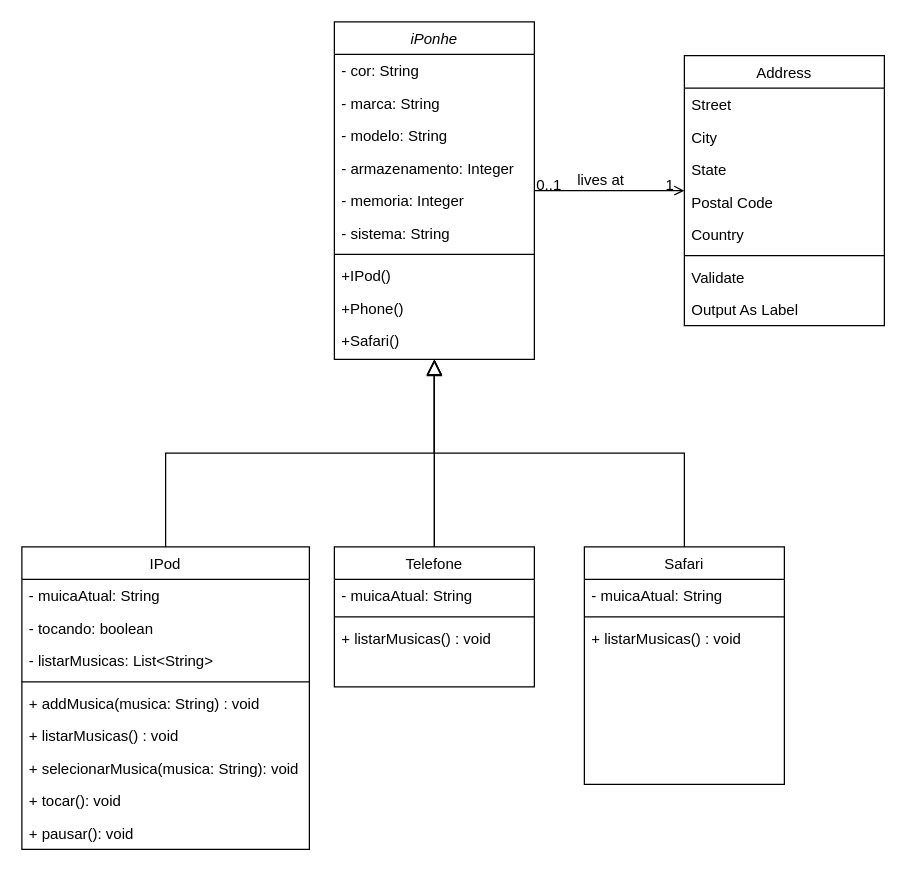
Above: Diagrama sem nome.drawio in thiaguinhobyra/desafio-classe-iphone (draw.io), before the change. Source tidied: cells renumbered, new cells numbered last; positions are measured from the earlier drawing's top-left corner, leaving out a move shared by most shapes. Both pictures are drawn from the tidied source at 125%, with x=0, y=0 at pixel (21, 21).
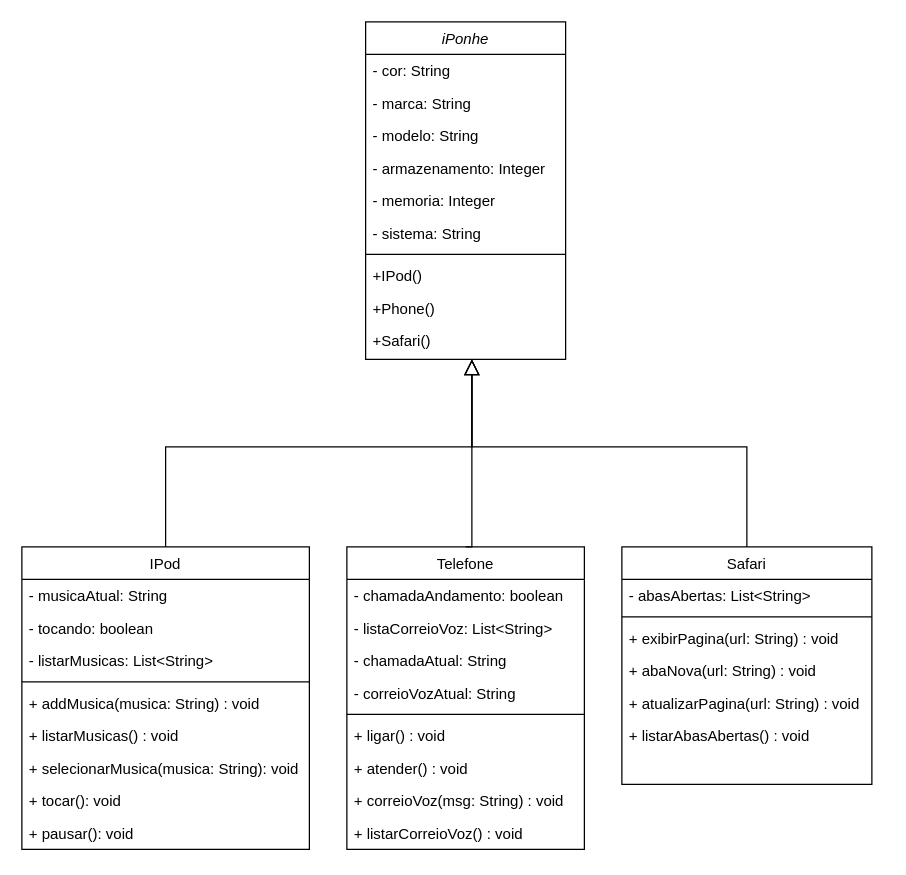
The same diagram, later.

Unchanged cells that the change refers to:
```xml
<mxCell id="12" value="+Safari()" style="text;align=left;verticalAlign=top;spacingLeft=4;spacingRight=4;overflow=hidden;points=[[0,0.5],[1,0.5]];portConstraint=eastwest;" parent="2" vertex="1">
  <mxGeometry y="242" width="160" height="26" as="geometry" />
</mxCell>
<mxCell id="13" value="IPod" style="swimlane;fontStyle=0;align=center;verticalAlign=top;horizontal=1;startSize=26;rounded=0;shadow=0;strokeWidth=1;" parent="1" vertex="1">
  <mxGeometry y="420" width="230" height="242" as="geometry" />
</mxCell>
```

Diff of the diagram source:
```diff
@@
     <mxCell id="2" value="iPonhe" style="swimlane;fontStyle=2;align=center;verticalAlign=top;horizontal=1;startSize=26;rounded=0;shadow=0;strokeWidth=1;" parent="1" vertex="1">
-      <mxGeometry x="250" width="160" height="270" as="geometry" />
+      <mxGeometry x="275" width="160" height="270" as="geometry" />
     </mxCell>
@@
-    <mxCell id="14" value="- muicaAtual: String" style="text;align=left;verticalAlign=top;spacingLeft=4;spacingRight=4;overflow=hidden;" parent="13" vertex="1">
+    <mxCell id="14" value="- musicaAtual: String" style="text;align=left;verticalAlign=top;spacingLeft=4;spacingRight=4;overflow=hidden;" parent="13" vertex="1">
       <mxGeometry y="26" width="230" height="26" as="geometry" />
     </mxCell>
@@
-    <mxCell id="23" style="endArrow=block;endSize=10;endFill=0;shadow=0;strokeWidth=1;rounded=0;edgeStyle=elbowEdgeStyle;elbow=vertical;" parent="1" edge="1" source="13" target="2">
-      <mxGeometry relative="1" as="geometry" />
+    <mxCell id="23" style="endArrow=block;endSize=10;endFill=0;shadow=0;strokeWidth=1;rounded=0;edgeStyle=elbowEdgeStyle;elbow=vertical;" parent="1" edge="1" source="13">
+      <mxGeometry relative="1" as="geometry">
+        <mxPoint x="360" y="270" as="targetPoint" />
+        <Array as="points">
+          <mxPoint x="240" y="340" />
+        </Array>
+      </mxGeometry>
     </mxCell>
     <mxCell id="24" value="Telefone" style="swimlane;fontStyle=0;align=center;verticalAlign=top;horizontal=1;startSize=26;rounded=0;shadow=0;strokeWidth=1;" parent="1" vertex="1">
-      <mxGeometry x="250" y="420" width="160" height="112" as="geometry" />
+      <mxGeometry x="260" y="420" width="190" height="242" as="geometry" />
     </mxCell>
-    <mxCell id="25" value="- muicaAtual: String" style="text;align=left;verticalAlign=top;spacingLeft=4;spacingRight=4;overflow=hidden;" parent="24" vertex="1">
-      <mxGeometry y="26" width="160" height="26" as="geometry" />
+    <mxCell id="25" value="- chamadaAndamento: boolean" style="text;align=left;verticalAlign=top;spacingLeft=4;spacingRight=4;overflow=hidden;" parent="24" vertex="1">
+      <mxGeometry y="26" width="190" height="26" as="geometry" />
     </mxCell>
+    <mxCell id="48" value="- listaCorreioVoz: List&lt;String&gt;" style="text;align=left;verticalAlign=top;spacingLeft=4;spacingRight=4;overflow=hidden;" parent="24" vertex="1">
+      <mxGeometry y="52" width="190" height="26" as="geometry" />
+    </mxCell>
+    <mxCell id="49" value="- chamadaAtual: String" style="text;align=left;verticalAlign=top;spacingLeft=4;spacingRight=4;overflow=hidden;" parent="24" vertex="1">
+      <mxGeometry y="78" width="190" height="26" as="geometry" />
+    </mxCell>
+    <mxCell id="50" value="- correioVozAtual: String" style="text;align=left;verticalAlign=top;spacingLeft=4;spacingRight=4;overflow=hidden;" parent="24" vertex="1">
+      <mxGeometry y="104" width="190" height="26" as="geometry" />
+    </mxCell>
     <mxCell id="26" style="line;html=1;strokeWidth=1;align=left;verticalAlign=middle;spacingTop=-1;spacingLeft=3;spacingRight=3;labelPosition=right;" parent="24" vertex="1">
-      <mxGeometry y="52" width="160" height="8" as="geometry" />
+      <mxGeometry y="130" width="190" height="8" as="geometry" />
     </mxCell>
-    <mxCell id="27" value="+ listarMusicas() : void" style="text;align=left;verticalAlign=top;spacingLeft=4;spacingRight=4;overflow=hidden;rounded=0;shadow=0;html=0;" parent="24" vertex="1">
-      <mxGeometry y="60" width="160" height="26" as="geometry" />
+    <mxCell id="27" value="+ ligar() : void" style="text;align=left;verticalAlign=top;spacingLeft=4;spacingRight=4;overflow=hidden;rounded=0;shadow=0;html=0;" parent="24" vertex="1">
+      <mxGeometry y="138" width="190" height="26" as="geometry" />
     </mxCell>
+    <mxCell id="51" value="+ atender() : void" style="text;align=left;verticalAlign=top;spacingLeft=4;spacingRight=4;overflow=hidden;rounded=0;shadow=0;html=0;" parent="24" vertex="1">
+      <mxGeometry y="164" width="190" height="26" as="geometry" />
+    </mxCell>
+    <mxCell id="52" value="+ correioVoz(msg: String) : void" style="text;align=left;verticalAlign=top;spacingLeft=4;spacingRight=4;overflow=hidden;rounded=0;shadow=0;html=0;" parent="24" vertex="1">
+      <mxGeometry y="190" width="190" height="26" as="geometry" />
+    </mxCell>
+    <mxCell id="53" value="+ listarCorreioVoz() : void" style="text;align=left;verticalAlign=top;spacingLeft=4;spacingRight=4;overflow=hidden;rounded=0;shadow=0;html=0;" parent="24" vertex="1">
+      <mxGeometry y="216" width="190" height="26" as="geometry" />
+    </mxCell>
-    <mxCell id="28" style="endArrow=block;endSize=10;endFill=0;shadow=0;strokeWidth=1;rounded=0;edgeStyle=elbowEdgeStyle;elbow=vertical;" parent="1" edge="1" source="24" target="2">
-      <mxGeometry relative="1" as="geometry" />
+    <mxCell id="28" style="endArrow=block;endSize=10;endFill=0;shadow=0;strokeWidth=1;rounded=0;edgeStyle=elbowEdgeStyle;elbow=horizontal;exitX=0.5;exitY=0;exitDx=0;exitDy=0;" parent="1" edge="1" source="24">
+      <mxGeometry relative="1" as="geometry">
+        <mxPoint x="360" y="270" as="targetPoint" />
+        <Array as="points">
+          <mxPoint x="360" y="350" />
+        </Array>
+      </mxGeometry>
     </mxCell>
-    <mxCell id="29" value="Address" style="swimlane;fontStyle=0;align=center;verticalAlign=top;horizontal=1;startSize=26;rounded=0;shadow=0;strokeWidth=1;" parent="1" vertex="1">
-      <mxGeometry x="530" y="27" width="160" height="216" as="geometry" />
-    </mxCell>
-    <mxCell id="30" value="Street" style="text;align=left;verticalAlign=top;spacingLeft=4;spacingRight=4;overflow=hidden;" parent="29" vertex="1">
-      <mxGeometry y="26" width="160" height="26" as="geometry" />
-    </mxCell>
-    <mxCell id="31" value="City" style="text;align=left;verticalAlign=top;spacingLeft=4;spacingRight=4;overflow=hidden;rounded=0;shadow=0;html=0;" parent="29" vertex="1">
-      <mxGeometry y="52" width="160" height="26" as="geometry" />
-    </mxCell>
-    <mxCell id="32" value="State" style="text;align=left;verticalAlign=top;spacingLeft=4;spacingRight=4;overflow=hidden;rounded=0;shadow=0;html=0;" parent="29" vertex="1">
-      <mxGeometry y="78" width="160" height="26" as="geometry" />
-    </mxCell>
-    <mxCell id="33" value="Postal Code" style="text;align=left;verticalAlign=top;spacingLeft=4;spacingRight=4;overflow=hidden;rounded=0;shadow=0;html=0;" parent="29" vertex="1">
-      <mxGeometry y="104" width="160" height="26" as="geometry" />
-    </mxCell>
-    <mxCell id="34" value="Country" style="text;align=left;verticalAlign=top;spacingLeft=4;spacingRight=4;overflow=hidden;rounded=0;shadow=0;html=0;" parent="29" vertex="1">
-      <mxGeometry y="130" width="160" height="26" as="geometry" />
-    </mxCell>
-    <mxCell id="35" style="line;html=1;strokeWidth=1;align=left;verticalAlign=middle;spacingTop=-1;spacingLeft=3;spacingRight=3;labelPosition=right;" parent="29" vertex="1">
-      <mxGeometry y="156" width="160" height="8" as="geometry" />
-    </mxCell>
-    <mxCell id="36" value="Validate" style="text;align=left;verticalAlign=top;spacingLeft=4;spacingRight=4;overflow=hidden;" parent="29" vertex="1">
-      <mxGeometry y="164" width="160" height="26" as="geometry" />
-    </mxCell>
-    <mxCell id="37" value="Output As Label" style="text;align=left;verticalAlign=top;spacingLeft=4;spacingRight=4;overflow=hidden;" parent="29" vertex="1">
-      <mxGeometry y="190" width="160" height="26" as="geometry" />
-    </mxCell>
-    <mxCell id="38" style="endArrow=open;shadow=0;strokeWidth=1;rounded=0;endFill=1;edgeStyle=elbowEdgeStyle;elbow=vertical;" parent="1" edge="1" source="2" target="29">
-      <mxGeometry x="0.5" y="41" relative="1" as="geometry">
-        <mxPoint x="-40" y="32" as="offset" />
-      </mxGeometry>
-    </mxCell>
-    <mxCell id="39" value="0..1" style="align=left;verticalAlign=bottom;labelBackgroundColor=none;fontSize=12;" parent="38" vertex="1">
-      <mxGeometry x="-1" relative="1" as="geometry">
-        <mxPoint y="4" as="offset" />
-      </mxGeometry>
-    </mxCell>
-    <mxCell id="40" value="1" style="align=right;verticalAlign=bottom;labelBackgroundColor=none;fontSize=12;" parent="38" vertex="1">
-      <mxGeometry x="1" relative="1" as="geometry">
-        <mxPoint x="-7" y="4" as="offset" />
-      </mxGeometry>
-    </mxCell>
-    <mxCell id="41" value="lives at" style="text;html=1;align=center;verticalAlign=middle;labelBackgroundColor=none;rounded=0;shadow=0;strokeWidth=1;fontSize=12;" parent="38" vertex="1">
-      <mxGeometry x="0.5" y="49" relative="1" as="geometry">
-        <mxPoint x="-38" y="40" as="offset" />
-      </mxGeometry>
-    </mxCell>
     <mxCell id="42" value="Safari" style="swimlane;fontStyle=0;align=center;verticalAlign=top;horizontal=1;startSize=26;rounded=0;shadow=0;strokeWidth=1;" parent="1" vertex="1">
-      <mxGeometry x="450" y="420" width="160" height="190" as="geometry" />
+      <mxGeometry x="480" y="420" width="200" height="190" as="geometry" />
     </mxCell>
-    <mxCell id="43" value="- muicaAtual: String" style="text;align=left;verticalAlign=top;spacingLeft=4;spacingRight=4;overflow=hidden;" parent="42" vertex="1">
-      <mxGeometry y="26" width="160" height="26" as="geometry" />
+    <mxCell id="43" value="- abasAbertas: List&lt;String&gt;" style="text;align=left;verticalAlign=top;spacingLeft=4;spacingRight=4;overflow=hidden;" parent="42" vertex="1">
+      <mxGeometry y="26" width="200" height="26" as="geometry" />
     </mxCell>
     <mxCell id="44" style="line;html=1;strokeWidth=1;align=left;verticalAlign=middle;spacingTop=-1;spacingLeft=3;spacingRight=3;labelPosition=right;" parent="42" vertex="1">
-      <mxGeometry y="52" width="160" height="8" as="geometry" />
+      <mxGeometry y="52" width="200" height="8" as="geometry" />
     </mxCell>
-    <mxCell id="45" value="+ listarMusicas() : void" style="text;align=left;verticalAlign=top;spacingLeft=4;spacingRight=4;overflow=hidden;rounded=0;shadow=0;html=0;" parent="42" vertex="1">
-      <mxGeometry y="60" width="160" height="26" as="geometry" />
+    <mxCell id="45" value="+ exibirPagina(url: String) : void" style="text;align=left;verticalAlign=top;spacingLeft=4;spacingRight=4;overflow=hidden;rounded=0;shadow=0;html=0;" parent="42" vertex="1">
+      <mxGeometry y="60" width="200" height="26" as="geometry" />
     </mxCell>
-    <mxCell id="46" style="endArrow=block;endSize=10;endFill=0;shadow=0;strokeWidth=1;rounded=0;edgeStyle=elbowEdgeStyle;elbow=vertical;entryX=0.5;entryY=1.108;entryDx=0;entryDy=0;entryPerimeter=0;" parent="1" edge="1" target="12">
-      <mxGeometry relative="1" as="geometry">
-        <mxPoint x="330" y="420" as="sourcePoint" />
-      </mxGeometry>
-    </mxCell>
+    <mxCell id="54" value="+ abaNova(url: String) : void" style="text;align=left;verticalAlign=top;spacingLeft=4;spacingRight=4;overflow=hidden;rounded=0;shadow=0;html=0;" parent="42" vertex="1">
+      <mxGeometry y="86" width="200" height="26" as="geometry" />
+    </mxCell>
+    <mxCell id="55" value="+ atualizarPagina(url: String) : void" style="text;align=left;verticalAlign=top;spacingLeft=4;spacingRight=4;overflow=hidden;rounded=0;shadow=0;html=0;" parent="42" vertex="1">
+      <mxGeometry y="112" width="200" height="26" as="geometry" />
+    </mxCell>
+    <mxCell id="56" value="+ listarAbasAbertas() : void" style="text;align=left;verticalAlign=top;spacingLeft=4;spacingRight=4;overflow=hidden;rounded=0;shadow=0;html=0;" parent="42" vertex="1">
+      <mxGeometry y="138" width="200" height="26" as="geometry" />
+    </mxCell>
     <mxCell id="47" style="endArrow=block;endSize=10;endFill=0;shadow=0;strokeWidth=1;rounded=0;edgeStyle=elbowEdgeStyle;elbow=vertical;exitX=0.5;exitY=0;exitDx=0;exitDy=0;" parent="1" edge="1" source="42">
       <mxGeometry relative="1" as="geometry">
-        <mxPoint x="330" y="270" as="targetPoint" />
+        <mxPoint x="360" y="270" as="targetPoint" />
+        <Array as="points">
+          <mxPoint x="470" y="340" />
+        </Array>
       </mxGeometry>
     </mxCell>
```
